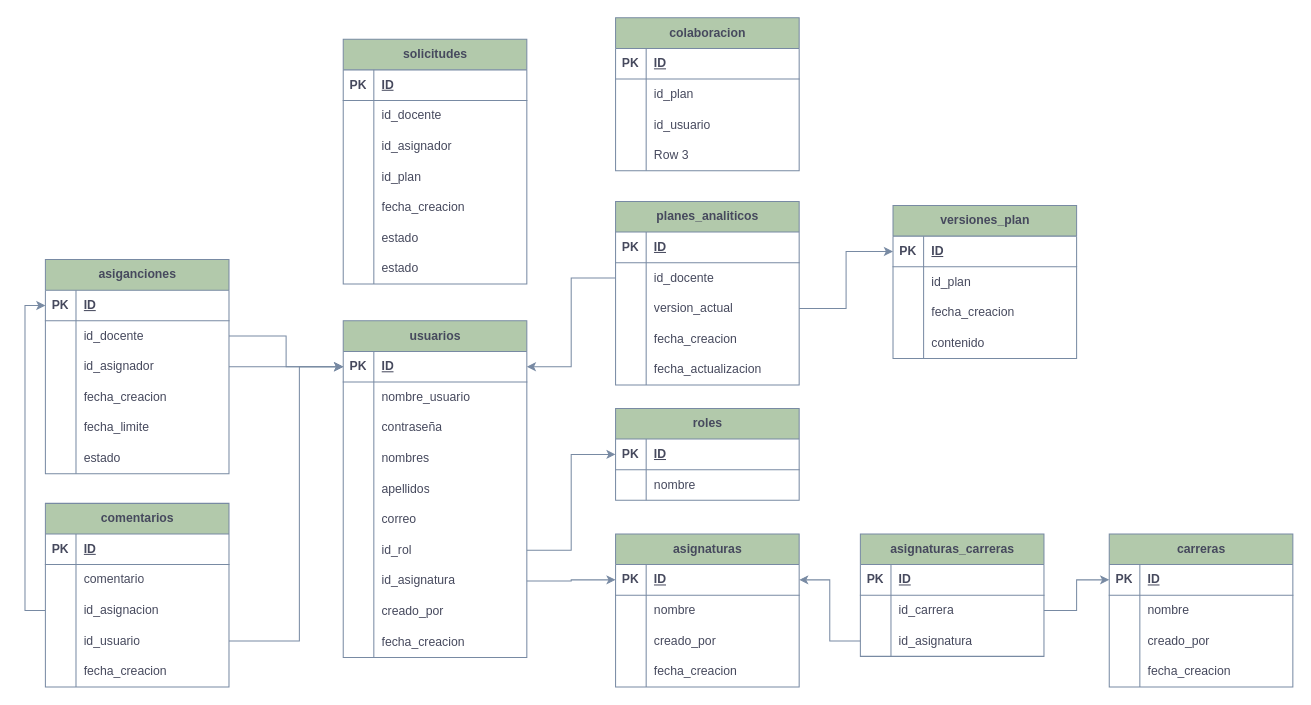
This is page "Diagrama Tablas" (4 of 4) of Diagrama sin título.drawio from JesusBriones2/prueba, a draw.io file, before an edit. Source tidied: cells renumbered, new cells numbered last; positions are measured from the earlier drawing's top-left corner, leaving out a move shared by most shapes. Both pictures are drawn from the tidied source at 102%, with x=0, y=0 at pixel (24, 17).
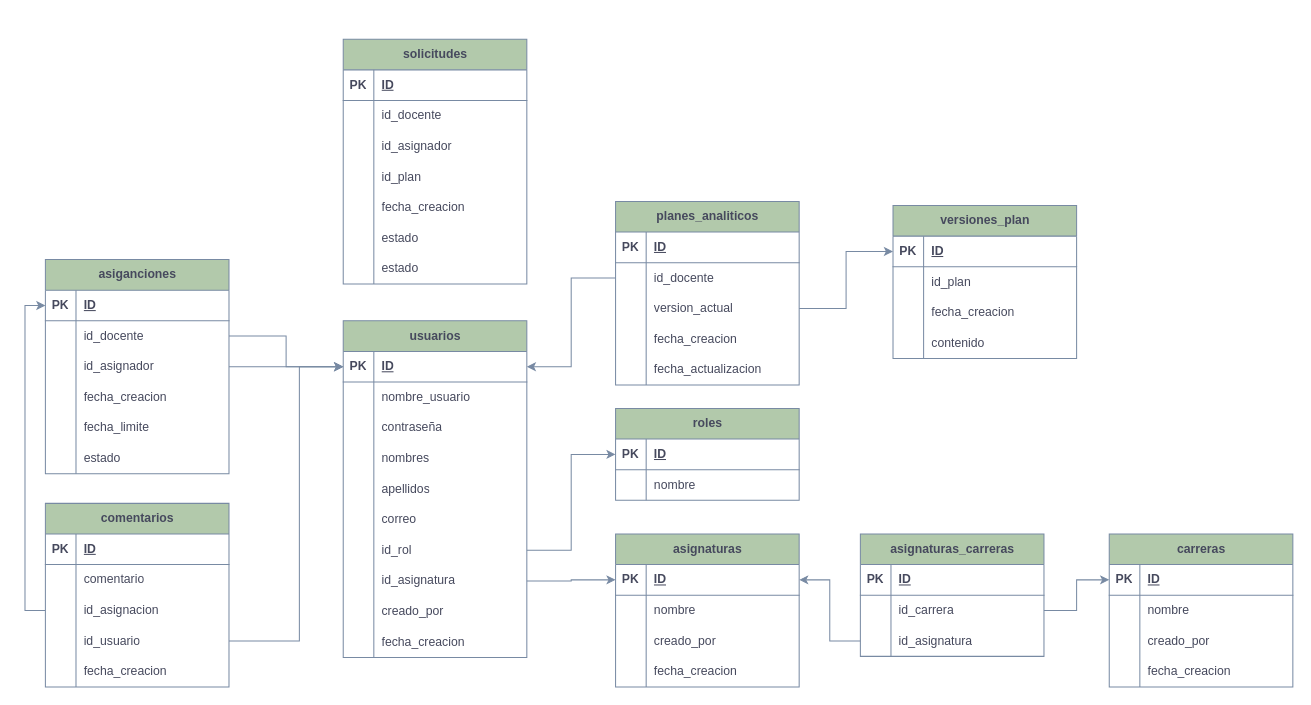
The same diagram, later.

What changed in the source:
```diff
@@
-    <mxCell id="171" value="colaboracion" style="shape=table;startSize=30;childLayout=tableLayout;rowLines=0;fontStyle=1;align=center;html=1;strokeColor=#788AA3;fontColor=#46495D;fillColor=#B2C9AB;" parent="1" vertex="1">
-      <mxGeometry x="579" width="180" height="150" as="geometry" />
-    </mxCell>
-    <mxCell id="172" style="shape=tableRow;horizontal=0;startSize=0;swimlaneHead=0;swimlaneBody=0;fillColor=none;top=0;left=0;right=0;bottom=1;strokeColor=#788AA3;fontColor=#46495D;" parent="171" vertex="1">
-      <mxGeometry y="30" width="180" height="30" as="geometry" />
-    </mxCell>
-    <mxCell id="173" value="PK" style="shape=partialRectangle;fillColor=none;top=0;left=0;bottom=0;right=0;fontStyle=1;overflow=hidden;whiteSpace=wrap;html=1;strokeColor=#788AA3;fontColor=#46495D;" parent="172" vertex="1">
-      <mxGeometry width="30" height="30" as="geometry" />
-    </mxCell>
-    <mxCell id="174" value="ID" style="shape=partialRectangle;fillColor=none;top=0;left=0;bottom=0;right=0;align=left;spacingLeft=6;fontStyle=5;overflow=hidden;whiteSpace=wrap;html=1;strokeColor=#788AA3;fontColor=#46495D;" parent="172" vertex="1">
-      <mxGeometry x="30" width="150" height="30" as="geometry" />
-    </mxCell>
-    <mxCell id="175" style="shape=tableRow;horizontal=0;startSize=0;swimlaneHead=0;swimlaneBody=0;fillColor=none;top=0;left=0;right=0;bottom=0;strokeColor=#788AA3;fontColor=#46495D;" parent="171" vertex="1">
-      <mxGeometry y="60" width="180" height="30" as="geometry" />
-    </mxCell>
-    <mxCell id="176" style="shape=partialRectangle;fillColor=none;top=0;left=0;bottom=0;right=0;overflow=hidden;whiteSpace=wrap;html=1;strokeColor=#788AA3;fontColor=#46495D;" parent="175" vertex="1">
-      <mxGeometry width="30" height="30" as="geometry" />
-    </mxCell>
-    <mxCell id="177" value="id_plan" style="shape=partialRectangle;fillColor=none;top=0;left=0;bottom=0;right=0;align=left;spacingLeft=6;overflow=hidden;whiteSpace=wrap;html=1;strokeColor=#788AA3;fontColor=#46495D;" parent="175" vertex="1">
-      <mxGeometry x="30" width="150" height="30" as="geometry" />
-    </mxCell>
-    <mxCell id="178" style="shape=tableRow;horizontal=0;startSize=0;swimlaneHead=0;swimlaneBody=0;fillColor=none;top=0;left=0;right=0;bottom=0;strokeColor=#788AA3;fontColor=#46495D;" parent="171" vertex="1">
-      <mxGeometry y="90" width="180" height="30" as="geometry" />
-    </mxCell>
-    <mxCell id="179" style="shape=partialRectangle;fillColor=none;top=0;left=0;bottom=0;right=0;overflow=hidden;whiteSpace=wrap;html=1;strokeColor=#788AA3;fontColor=#46495D;" parent="178" vertex="1">
-      <mxGeometry width="30" height="30" as="geometry" />
-    </mxCell>
-    <mxCell id="180" value="id_usuario" style="shape=partialRectangle;fillColor=none;top=0;left=0;bottom=0;right=0;align=left;spacingLeft=6;overflow=hidden;whiteSpace=wrap;html=1;strokeColor=#788AA3;fontColor=#46495D;" parent="178" vertex="1">
-      <mxGeometry x="30" width="150" height="30" as="geometry" />
-    </mxCell>
-    <mxCell id="181" style="shape=tableRow;horizontal=0;startSize=0;swimlaneHead=0;swimlaneBody=0;fillColor=none;top=0;left=0;right=0;bottom=0;strokeColor=#788AA3;fontColor=#46495D;" parent="171" vertex="1">
-      <mxGeometry y="120" width="180" height="30" as="geometry" />
-    </mxCell>
-    <mxCell id="182" style="shape=partialRectangle;fillColor=none;top=0;left=0;bottom=0;right=0;overflow=hidden;whiteSpace=wrap;html=1;strokeColor=#788AA3;fontColor=#46495D;" parent="181" vertex="1">
-      <mxGeometry width="30" height="30" as="geometry" />
-    </mxCell>
-    <mxCell id="183" value="Row 3" style="shape=partialRectangle;fillColor=none;top=0;left=0;bottom=0;right=0;align=left;spacingLeft=6;overflow=hidden;whiteSpace=wrap;html=1;strokeColor=#788AA3;fontColor=#46495D;" parent="181" vertex="1">
-      <mxGeometry x="30" width="150" height="30" as="geometry" />
-    </mxCell>
```
